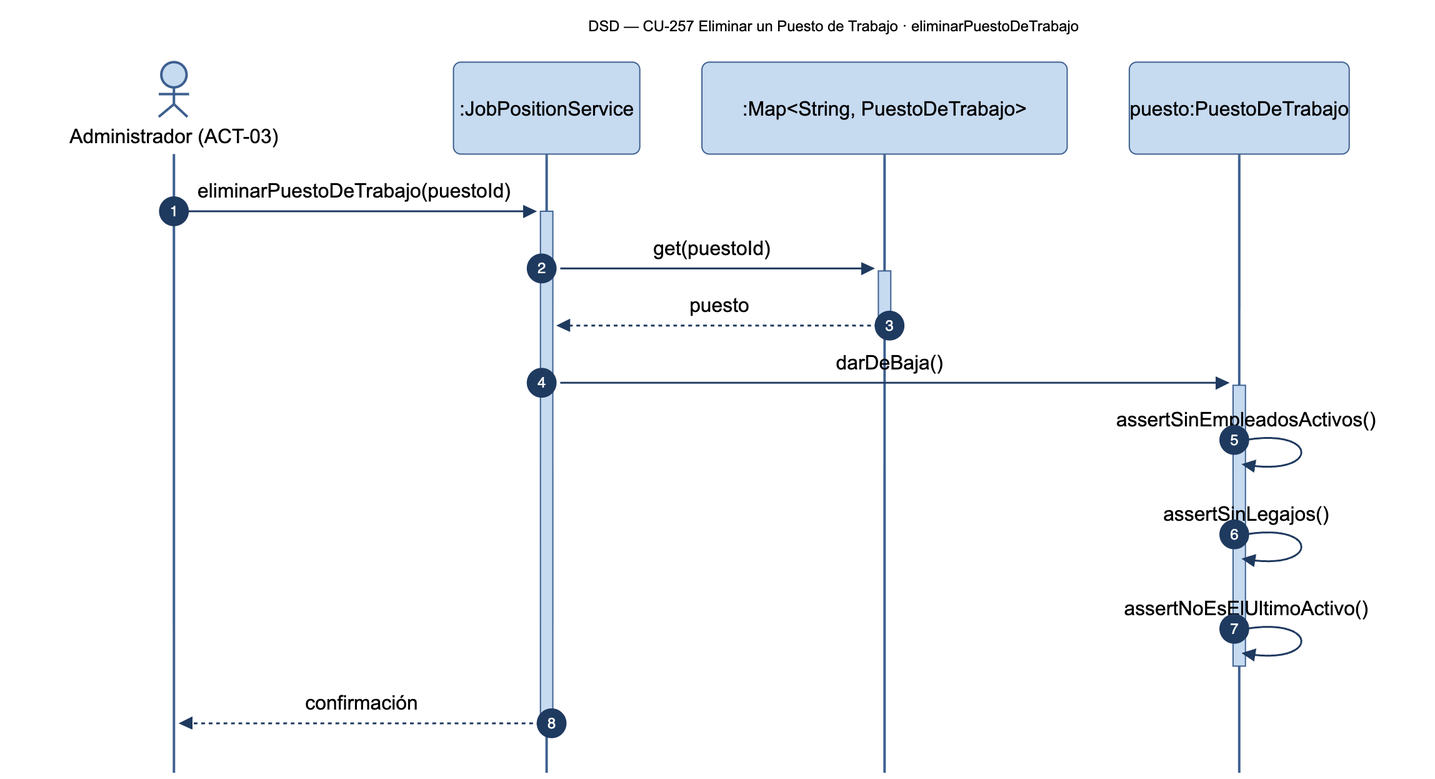
Above: diagramas/png/DSD_CU-257_eliminarPuestoDeTrabajo.png in Nahuelito-Dev/splg-docs (Mermaid), before the change. Its source is kept beside it as diagramas/DSD_CU-257_eliminarPuestoDeTrabajo.mmd. Its diagram source:
```mermaid
sequenceDiagram
    title DSD — CU-257 Eliminar un Puesto de Trabajo · eliminarPuestoDeTrabajo
    autonumber
    actor ADM as Administrador (ACT-03)
    participant SRV as :JobPositionService
    participant COL as :Map#lt;String, PuestoDeTrabajo#gt;
    participant PUE as puesto:PuestoDeTrabajo

    ADM->>+SRV: eliminarPuestoDeTrabajo(puestoId)
    SRV->>+COL: get(puestoId)
    COL-->>-SRV: puesto
    SRV->>+PUE: darDeBaja()
    PUE->>PUE: assertSinEmpleadosActivos()
    PUE->>PUE: assertSinLegajos()
    PUE->>PUE: assertNoEsElUltimoActivo()
    deactivate PUE
    SRV-->>-ADM: confirmación
```
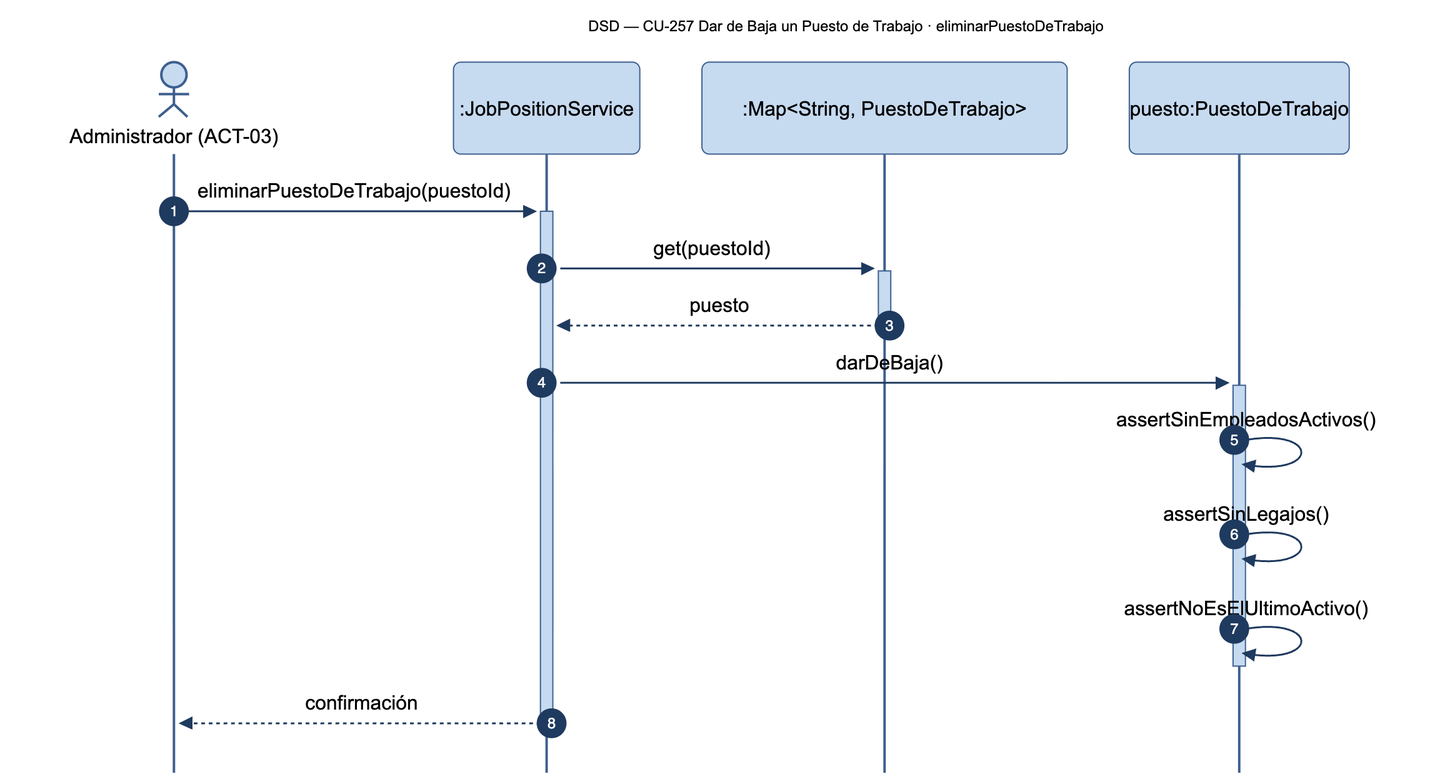
After the commit.

What changed in the source:
```diff
@@ -1,5 +1,5 @@
 sequenceDiagram
-    title DSD — CU-257 Eliminar un Puesto de Trabajo · eliminarPuestoDeTrabajo
+    title DSD — CU-257 Dar de Baja un Puesto de Trabajo · eliminarPuestoDeTrabajo
     autonumber
     actor ADM as Administrador (ACT-03)
     participant SRV as :JobPositionService
```
